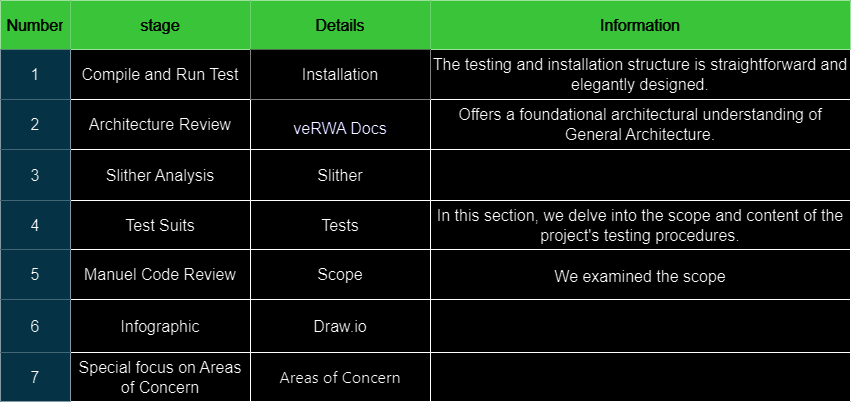
catellaTech/unknow keeps this draw.io diagram as VERWA1.drawio.png. Above is the earlier version. Source tidied: cells renumbered, new cells last; positions are measured from the earlier drawing's top-left corner, leaving out a move shared by most shapes.
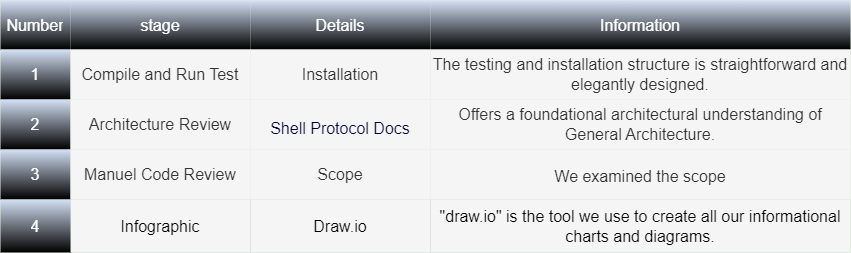
Later version of the same file.

Change to the diagram source:
```diff
@@ -2,103 +2,73 @@
   <root>
     <mxCell id="0" />
     <mxCell id="1" parent="0" />
-    <mxCell id="2" style="shape=table;startSize=0;fontSize=16;" parent="1" vertex="1">
-      <mxGeometry width="850" height="401" as="geometry" />
+    <mxCell id="2" style="shape=table;startSize=0;fontSize=16;fillColor=#f5f5f5;strokeColor=#006600;fontColor=#333333;strokeWidth=0;" parent="1" vertex="1">
+      <mxGeometry width="850" height="252" as="geometry" />
     </mxCell>
     <mxCell id="3" style="shape=tableRow;horizontal=0;startSize=0;swimlaneHead=0;swimlaneBody=0;strokeColor=inherit;top=0;left=0;bottom=0;right=0;fillColor=none;fontSize=16;" parent="2" vertex="1">
       <mxGeometry width="850" height="49" as="geometry" />
     </mxCell>
-    <mxCell id="4" value="Number" style="shape=partialRectangle;html=1;whiteSpace=wrap;strokeColor=#005700;overflow=hidden;fillColor=#008a00;top=0;left=0;bottom=0;right=0;fontSize=16;fontColor=#ffffff;" parent="3" vertex="1">
+    <mxCell id="4" value="Number" style="shape=partialRectangle;html=1;whiteSpace=wrap;strokeColor=#005700;overflow=hidden;fillColor=#D4E1F5;top=0;left=0;bottom=0;right=0;fontSize=16;fontColor=#ffffff;gradientColor=default;" parent="3" vertex="1">
       <mxGeometry width="70" height="49" as="geometry" />
     </mxCell>
-    <mxCell id="5" value="stage" style="shape=partialRectangle;html=1;whiteSpace=wrap;strokeColor=#005700;overflow=hidden;fillColor=#008a00;top=0;left=0;bottom=0;right=0;fontSize=16;fontColor=#ffffff;" parent="3" vertex="1">
+    <mxCell id="5" value="stage" style="shape=partialRectangle;html=1;whiteSpace=wrap;strokeColor=#005700;overflow=hidden;fillColor=#D4E1F5;top=0;left=0;bottom=0;right=0;fontSize=16;fontColor=#ffffff;gradientColor=default;" parent="3" vertex="1">
       <mxGeometry x="70" width="180" height="49" as="geometry" />
     </mxCell>
-    <mxCell id="6" value="Details" style="shape=partialRectangle;html=1;whiteSpace=wrap;strokeColor=#005700;overflow=hidden;fillColor=#008a00;top=0;left=0;bottom=0;right=0;fontSize=16;fontColor=#ffffff;" parent="3" vertex="1">
+    <mxCell id="6" value="Details" style="shape=partialRectangle;html=1;whiteSpace=wrap;strokeColor=#005700;overflow=hidden;fillColor=#D4E1F5;top=0;left=0;bottom=0;right=0;fontSize=16;fontColor=#ffffff;gradientColor=default;" parent="3" vertex="1">
       <mxGeometry x="250" width="180" height="49" as="geometry" />
     </mxCell>
-    <mxCell id="7" value="Information" style="shape=partialRectangle;html=1;whiteSpace=wrap;strokeColor=#005700;overflow=hidden;fillColor=#008a00;top=0;left=0;bottom=0;right=0;fontSize=16;fontColor=#ffffff;" parent="3" vertex="1">
+    <mxCell id="7" value="Information" style="shape=partialRectangle;html=1;whiteSpace=wrap;strokeColor=#005700;overflow=hidden;fillColor=#D4E1F5;top=0;left=0;bottom=0;right=0;fontSize=16;fontColor=#ffffff;gradientColor=default;" parent="3" vertex="1">
       <mxGeometry x="430" width="420" height="49" as="geometry" />
     </mxCell>
     <mxCell id="8" style="shape=tableRow;horizontal=0;startSize=0;swimlaneHead=0;swimlaneBody=0;strokeColor=inherit;top=0;left=0;bottom=0;right=0;fillColor=none;fontSize=16;" parent="2" vertex="1">
       <mxGeometry y="49" width="850" height="50" as="geometry" />
     </mxCell>
-    <mxCell id="9" value="1" style="shape=partialRectangle;html=1;whiteSpace=wrap;strokeColor=#10739e;overflow=hidden;fillColor=#b1ddf0;top=0;left=0;bottom=0;right=0;fontSize=16;" parent="8" vertex="1">
+    <mxCell id="9" value="1" style="shape=partialRectangle;html=1;whiteSpace=wrap;strokeColor=#005700;overflow=hidden;fillColor=#D4E1F5;top=0;left=0;bottom=0;right=0;fontSize=16;fontColor=#ffffff;gradientColor=default;" parent="8" vertex="1">
       <mxGeometry width="70" height="50" as="geometry" />
     </mxCell>
-    <mxCell id="10" value="Compile and Run Test" style="shape=partialRectangle;html=1;whiteSpace=wrap;strokeColor=inherit;overflow=hidden;fillColor=none;top=0;left=0;bottom=0;right=0;fontSize=16;" parent="8" vertex="1">
+    <mxCell id="10" value="Compile and Run Test" style="shape=partialRectangle;html=1;whiteSpace=wrap;strokeColor=#666666;overflow=hidden;fillColor=#f5f5f5;top=0;left=0;bottom=0;right=0;fontSize=16;fontColor=#333333;" parent="8" vertex="1">
       <mxGeometry x="70" width="180" height="50" as="geometry" />
     </mxCell>
-    <mxCell id="11" value="Installation" style="shape=partialRectangle;html=1;whiteSpace=wrap;overflow=hidden;top=0;left=0;bottom=0;right=0;fontSize=16;" parent="8" vertex="1">
+    <mxCell id="11" value="Installation" style="shape=partialRectangle;html=1;whiteSpace=wrap;overflow=hidden;top=0;left=0;bottom=0;right=0;fontSize=16;fillColor=#f5f5f5;fontColor=#333333;strokeColor=#666666;" parent="8" vertex="1">
       <mxGeometry x="250" width="180" height="50" as="geometry" />
     </mxCell>
-    <mxCell id="12" value="The testing and installation structure is straightforward and elegantly designed." style="shape=partialRectangle;html=1;whiteSpace=wrap;strokeColor=inherit;overflow=hidden;fillColor=none;top=0;left=0;bottom=0;right=0;fontSize=16;" parent="8" vertex="1">
+    <mxCell id="12" value="The testing and installation structure is straightforward and elegantly designed." style="shape=partialRectangle;html=1;whiteSpace=wrap;strokeColor=#666666;overflow=hidden;fillColor=#f5f5f5;top=0;left=0;bottom=0;right=0;fontSize=16;fontColor=#333333;" parent="8" vertex="1">
       <mxGeometry x="430" width="420" height="50" as="geometry" />
     </mxCell>
     <mxCell id="13" style="shape=tableRow;horizontal=0;startSize=0;swimlaneHead=0;swimlaneBody=0;strokeColor=inherit;top=0;left=0;bottom=0;right=0;fillColor=none;fontSize=16;" parent="2" vertex="1">
       <mxGeometry y="99" width="850" height="50" as="geometry" />
     </mxCell>
-    <mxCell id="14" value="2" style="shape=partialRectangle;html=1;whiteSpace=wrap;strokeColor=#10739e;overflow=hidden;fillColor=#b1ddf0;top=0;left=0;bottom=0;right=0;fontSize=16;" parent="13" vertex="1">
+    <mxCell id="14" value="2" style="shape=partialRectangle;html=1;whiteSpace=wrap;strokeColor=#005700;overflow=hidden;fillColor=#D4E1F5;top=0;left=0;bottom=0;right=0;fontSize=16;fontColor=#ffffff;gradientColor=default;" parent="13" vertex="1">
       <mxGeometry width="70" height="50" as="geometry" />
     </mxCell>
-    <mxCell id="15" value="Architecture Review" style="shape=partialRectangle;html=1;whiteSpace=wrap;strokeColor=inherit;overflow=hidden;fillColor=none;top=0;left=0;bottom=0;right=0;fontSize=16;" parent="13" vertex="1">
+    <mxCell id="15" value="Architecture Review" style="shape=partialRectangle;html=1;whiteSpace=wrap;strokeColor=#666666;overflow=hidden;fillColor=#f5f5f5;top=0;left=0;bottom=0;right=0;fontSize=16;fontColor=#333333;" parent="13" vertex="1">
       <mxGeometry x="70" width="180" height="50" as="geometry" />
     </mxCell>
-    <mxCell id="16" value="&lt;h1 class=&quot;type__headline__xs&quot; style=&quot;background-image: none; background-position: initial; background-size: initial; background-repeat: initial; background-attachment: initial; background-origin: initial; background-clip: initial; border: none; box-sizing: border-box; margin: 0.25em 0px 0.25rem; padding: 0px; vertical-align: baseline; font-family: &amp;quot;Satoshi Variable&amp;quot;, sans-serif; line-height: 68%; text-align: start;&quot;&gt;&lt;font color=&quot;#000033&quot; style=&quot;font-weight: normal; font-size: 16px;&quot;&gt;veRWA&amp;nbsp;Docs&lt;/font&gt;&lt;/h1&gt;" style="shape=partialRectangle;html=1;whiteSpace=wrap;strokeColor=inherit;overflow=hidden;fillColor=none;top=0;left=0;bottom=0;right=0;fontSize=16;" parent="13" vertex="1">
+    <mxCell id="16" value="&lt;h1 class=&quot;type__headline__xs&quot; style=&quot;background-image: none; background-position: initial; background-size: initial; background-repeat: initial; background-attachment: initial; background-origin: initial; background-clip: initial; border: none; box-sizing: border-box; margin: 0.25em 0px 0.25rem; padding: 0px; vertical-align: baseline; font-family: &amp;quot;Satoshi Variable&amp;quot;, sans-serif; line-height: 68%; text-align: start;&quot;&gt;&lt;font color=&quot;#000033&quot; style=&quot;font-weight: normal; font-size: 16px;&quot;&gt;Shell Protocol Docs&lt;/font&gt;&lt;/h1&gt;" style="shape=partialRectangle;html=1;whiteSpace=wrap;strokeColor=#666666;overflow=hidden;fillColor=#f5f5f5;top=0;left=0;bottom=0;right=0;fontSize=16;fontColor=#333333;" parent="13" vertex="1">
       <mxGeometry x="250" width="180" height="50" as="geometry" />
     </mxCell>
-    <mxCell id="17" value="Offers a foundational architectural understanding of General Architecture." style="shape=partialRectangle;html=1;whiteSpace=wrap;strokeColor=inherit;overflow=hidden;fillColor=none;top=0;left=0;bottom=0;right=0;fontSize=16;" parent="13" vertex="1">
+    <mxCell id="17" value="Offers a foundational architectural understanding of General Architecture." style="shape=partialRectangle;html=1;whiteSpace=wrap;strokeColor=#666666;overflow=hidden;fillColor=#f5f5f5;top=0;left=0;bottom=0;right=0;fontSize=16;fontColor=#333333;" parent="13" vertex="1">
       <mxGeometry x="430" width="420" height="50" as="geometry" />
     </mxCell>
-    <mxCell id="18" style="shape=tableRow;horizontal=0;startSize=0;swimlaneHead=0;swimlaneBody=0;strokeColor=inherit;top=0;left=0;bottom=0;right=0;fillColor=none;fontSize=16;" parent="2" vertex="1">
-      <mxGeometry y="149" width="850" height="51" as="geometry" />
-    </mxCell>
-    <mxCell id="19" value="3" style="shape=partialRectangle;html=1;whiteSpace=wrap;strokeColor=#10739e;overflow=hidden;fillColor=#b1ddf0;top=0;left=0;bottom=0;right=0;fontSize=16;" parent="18" vertex="1">
-      <mxGeometry width="70" height="51" as="geometry" />
-    </mxCell>
-    <mxCell id="20" value="Slither Analysis" style="shape=partialRectangle;html=1;whiteSpace=wrap;strokeColor=inherit;overflow=hidden;fillColor=none;top=0;left=0;bottom=0;right=0;fontSize=16;" parent="18" vertex="1">
-      <mxGeometry x="70" width="180" height="51" as="geometry" />
-    </mxCell>
-    <mxCell id="21" value="Slither" style="shape=partialRectangle;html=1;whiteSpace=wrap;strokeColor=inherit;overflow=hidden;fillColor=none;top=0;left=0;bottom=0;right=0;fontSize=16;" parent="18" vertex="1">
-      <mxGeometry x="250" width="180" height="51" as="geometry" />
-    </mxCell>
-    <mxCell id="22" style="shape=partialRectangle;html=1;whiteSpace=wrap;strokeColor=inherit;overflow=hidden;fillColor=none;top=0;left=0;bottom=0;right=0;fontSize=16;" parent="18" vertex="1">
-      <mxGeometry x="430" width="420" height="51" as="geometry" />
-    </mxCell>
-    <mxCell id="23" style="shape=tableRow;horizontal=0;startSize=0;swimlaneHead=0;swimlaneBody=0;strokeColor=inherit;top=0;left=0;bottom=0;right=0;fillColor=none;fontSize=16;" parent="2" vertex="1">
-      <mxGeometry y="200" width="850" height="49" as="geometry" />
-    </mxCell>
-    <mxCell id="24" value="4" style="shape=partialRectangle;html=1;whiteSpace=wrap;strokeColor=#10739e;overflow=hidden;fillColor=#b1ddf0;top=0;left=0;bottom=0;right=0;fontSize=16;" parent="23" vertex="1">
-      <mxGeometry width="70" height="49" as="geometry" />
-    </mxCell>
-    <mxCell id="25" value="Test Suits" style="shape=partialRectangle;html=1;whiteSpace=wrap;strokeColor=inherit;overflow=hidden;fillColor=none;top=0;left=0;bottom=0;right=0;fontSize=16;" parent="23" vertex="1">
-      <mxGeometry x="70" width="180" height="49" as="geometry" />
-    </mxCell>
-    <mxCell id="26" value="Tests" style="shape=partialRectangle;html=1;whiteSpace=wrap;strokeColor=inherit;overflow=hidden;fillColor=none;top=0;left=0;bottom=0;right=0;fontSize=16;" parent="23" vertex="1">
-      <mxGeometry x="250" width="180" height="49" as="geometry" />
-    </mxCell>
-    <mxCell id="27" value="In this section, we delve into the scope and content of the project's testing procedures." style="shape=partialRectangle;html=1;whiteSpace=wrap;strokeColor=inherit;overflow=hidden;fillColor=none;top=0;left=0;bottom=0;right=0;fontSize=16;" parent="23" vertex="1">
-      <mxGeometry x="430" width="420" height="49" as="geometry" />
-    </mxCell>
     <mxCell id="28" style="shape=tableRow;horizontal=0;startSize=0;swimlaneHead=0;swimlaneBody=0;strokeColor=inherit;top=0;left=0;bottom=0;right=0;fillColor=none;fontSize=16;" parent="2" vertex="1">
-      <mxGeometry y="249" width="850" height="50" as="geometry" />
+      <mxGeometry y="149" width="850" height="50" as="geometry" />
     </mxCell>
-    <mxCell id="29" value="5" style="shape=partialRectangle;html=1;whiteSpace=wrap;strokeColor=#10739e;overflow=hidden;fillColor=#b1ddf0;top=0;left=0;bottom=0;right=0;fontSize=16;" parent="28" vertex="1">
+    <mxCell id="29" value="3" style="shape=partialRectangle;html=1;whiteSpace=wrap;strokeColor=#005700;overflow=hidden;fillColor=#D4E1F5;top=0;left=0;bottom=0;right=0;fontSize=16;fontColor=#ffffff;gradientColor=default;" parent="28" vertex="1">
       <mxGeometry width="70" height="50" as="geometry" />
     </mxCell>
-    <mxCell id="30" value="Manuel Code Review" style="shape=partialRectangle;html=1;whiteSpace=wrap;strokeColor=inherit;overflow=hidden;fillColor=none;top=0;left=0;bottom=0;right=0;fontSize=16;" parent="28" vertex="1">
+    <mxCell id="30" value="Manuel Code Review" style="shape=partialRectangle;html=1;whiteSpace=wrap;strokeColor=#666666;overflow=hidden;fillColor=#f5f5f5;top=0;left=0;bottom=0;right=0;fontSize=16;fontColor=#333333;" parent="28" vertex="1">
       <mxGeometry x="70" width="180" height="50" as="geometry" />
     </mxCell>
-    <mxCell id="31" value="Scope" style="shape=partialRectangle;html=1;whiteSpace=wrap;strokeColor=inherit;overflow=hidden;fillColor=none;top=0;left=0;bottom=0;right=0;fontSize=16;" parent="28" vertex="1">
+    <mxCell id="31" value="Scope" style="shape=partialRectangle;html=1;whiteSpace=wrap;strokeColor=#666666;overflow=hidden;fillColor=#f5f5f5;top=0;left=0;bottom=0;right=0;fontSize=16;fontColor=#333333;" parent="28" vertex="1">
       <mxGeometry x="250" width="180" height="50" as="geometry" />
     </mxCell>
-    <mxCell id="32" value="&lt;p style=&quot;line-height: 20%;&quot;&gt;&lt;br&gt;We examined the scope&lt;br&gt;&lt;/p&gt;" style="shape=partialRectangle;html=1;whiteSpace=wrap;strokeColor=inherit;overflow=hidden;fillColor=none;top=0;left=0;bottom=0;right=0;fontSize=16;" parent="28" vertex="1">
+    <mxCell id="32" value="&lt;p style=&quot;line-height: 20%;&quot;&gt;&lt;br&gt;We examined the scope&lt;br&gt;&lt;/p&gt;" style="shape=partialRectangle;html=1;whiteSpace=wrap;strokeColor=#666666;overflow=hidden;fillColor=#f5f5f5;top=0;left=0;bottom=0;right=0;fontSize=16;fontColor=#333333;" parent="28" vertex="1">
       <mxGeometry x="430" width="420" height="50" as="geometry" />
     </mxCell>
     <mxCell id="33" style="shape=tableRow;horizontal=0;startSize=0;swimlaneHead=0;swimlaneBody=0;strokeColor=inherit;top=0;left=0;bottom=0;right=0;fillColor=none;fontSize=16;" parent="2" vertex="1">
-      <mxGeometry y="299" width="850" height="53" as="geometry" />
+      <mxGeometry y="199" width="850" height="53" as="geometry" />
     </mxCell>
-    <mxCell id="34" value="6" style="shape=partialRectangle;html=1;whiteSpace=wrap;strokeColor=#10739e;overflow=hidden;fillColor=#b1ddf0;top=0;left=0;bottom=0;right=0;fontSize=16;" parent="33" vertex="1">
+    <mxCell id="34" value="4" style="shape=partialRectangle;html=1;whiteSpace=wrap;strokeColor=#005700;overflow=hidden;fillColor=#D4E1F5;top=0;left=0;bottom=0;right=0;fontSize=16;fontColor=#ffffff;gradientColor=default;" parent="33" vertex="1">
       <mxGeometry width="70" height="53" as="geometry" />
     </mxCell>
     <mxCell id="35" value="Infographic" style="shape=partialRectangle;html=1;whiteSpace=wrap;strokeColor=inherit;overflow=hidden;fillColor=none;top=0;left=0;bottom=0;right=0;fontSize=16;" parent="33" vertex="1">
@@ -107,23 +77,8 @@
     <mxCell id="36" value="Draw.io" style="shape=partialRectangle;html=1;whiteSpace=wrap;strokeColor=inherit;overflow=hidden;fillColor=none;top=0;left=0;bottom=0;right=0;fontSize=16;" parent="33" vertex="1">
       <mxGeometry x="250" width="180" height="53" as="geometry" />
     </mxCell>
-    <mxCell id="37" style="shape=partialRectangle;html=1;whiteSpace=wrap;strokeColor=inherit;overflow=hidden;fillColor=none;top=0;left=0;bottom=0;right=0;fontSize=16;" parent="33" vertex="1">
+    <mxCell id="37" value="&quot;draw.io&quot; is the tool we use to create all our informational charts and diagrams." style="shape=partialRectangle;html=1;whiteSpace=wrap;strokeColor=inherit;overflow=hidden;fillColor=none;top=0;left=0;bottom=0;right=0;fontSize=16;" parent="33" vertex="1">
       <mxGeometry x="430" width="420" height="53" as="geometry" />
     </mxCell>
-    <mxCell id="38" style="shape=tableRow;horizontal=0;startSize=0;swimlaneHead=0;swimlaneBody=0;strokeColor=inherit;top=0;left=0;bottom=0;right=0;fillColor=none;fontSize=16;" parent="2" vertex="1">
-      <mxGeometry y="352" width="850" height="49" as="geometry" />
-    </mxCell>
-    <mxCell id="39" value="7" style="shape=partialRectangle;html=1;whiteSpace=wrap;strokeColor=#10739e;overflow=hidden;fillColor=#b1ddf0;top=0;left=0;bottom=0;right=0;fontSize=16;" parent="38" vertex="1">
-      <mxGeometry width="70" height="49" as="geometry" />
-    </mxCell>
-    <mxCell id="40" value="Special focus on Areas of Concern" style="shape=partialRectangle;html=1;whiteSpace=wrap;strokeColor=inherit;overflow=hidden;fillColor=none;top=0;left=0;bottom=0;right=0;fontSize=16;" parent="38" vertex="1">
-      <mxGeometry x="70" width="180" height="49" as="geometry" />
-    </mxCell>
-    <mxCell id="41" value="&lt;font face=&quot;-apple-system, BlinkMacSystemFont, Segoe UI, Noto Sans, Helvetica, Arial, sans-serif, Apple Color Emoji, Segoe UI Emoji&quot;&gt;&lt;span style=&quot;box-sizing: border-box; text-align: -webkit-left;&quot;&gt;Areas of Concern&lt;/span&gt;&lt;/font&gt;" style="shape=partialRectangle;html=1;whiteSpace=wrap;strokeColor=inherit;overflow=hidden;fillColor=none;top=0;left=0;bottom=0;right=0;fontSize=16;" parent="38" vertex="1">
-      <mxGeometry x="250" width="180" height="49" as="geometry" />
-    </mxCell>
-    <mxCell id="42" value="&lt;pre style=&quot;border: none; box-sizing: border-box; margin-top: 2rem; margin-bottom: 2rem; padding: 0.5rem 1rem; width: 1036px; overflow-x: auto; line-height: 125%; border-radius: 0.2rem; background-image: initial !important; background-position: initial !important; background-size: initial !important; background-repeat: initial !important; background-attachment: initial !important; background-origin: initial !important; background-clip: initial !important;&quot;&gt;&lt;span style=&quot;background-position: initial; background-size: initial; background-repeat: initial; background-attachment: initial; background-origin: initial; background-clip: initial; border-width: initial; border-color: initial; border-image: initial; box-sizing: border-box; word-break: break-word;&quot;&gt;areas you would like addressed&lt;/span&gt;&lt;/pre&gt;" style="shape=partialRectangle;html=1;whiteSpace=wrap;strokeColor=inherit;overflow=hidden;fillColor=none;top=0;left=0;bottom=0;right=0;fontSize=16;align=right;" parent="38" vertex="1">
-      <mxGeometry x="430" width="420" height="49" as="geometry" />
-    </mxCell>
   </root>
 </mxGraphModel>
```
